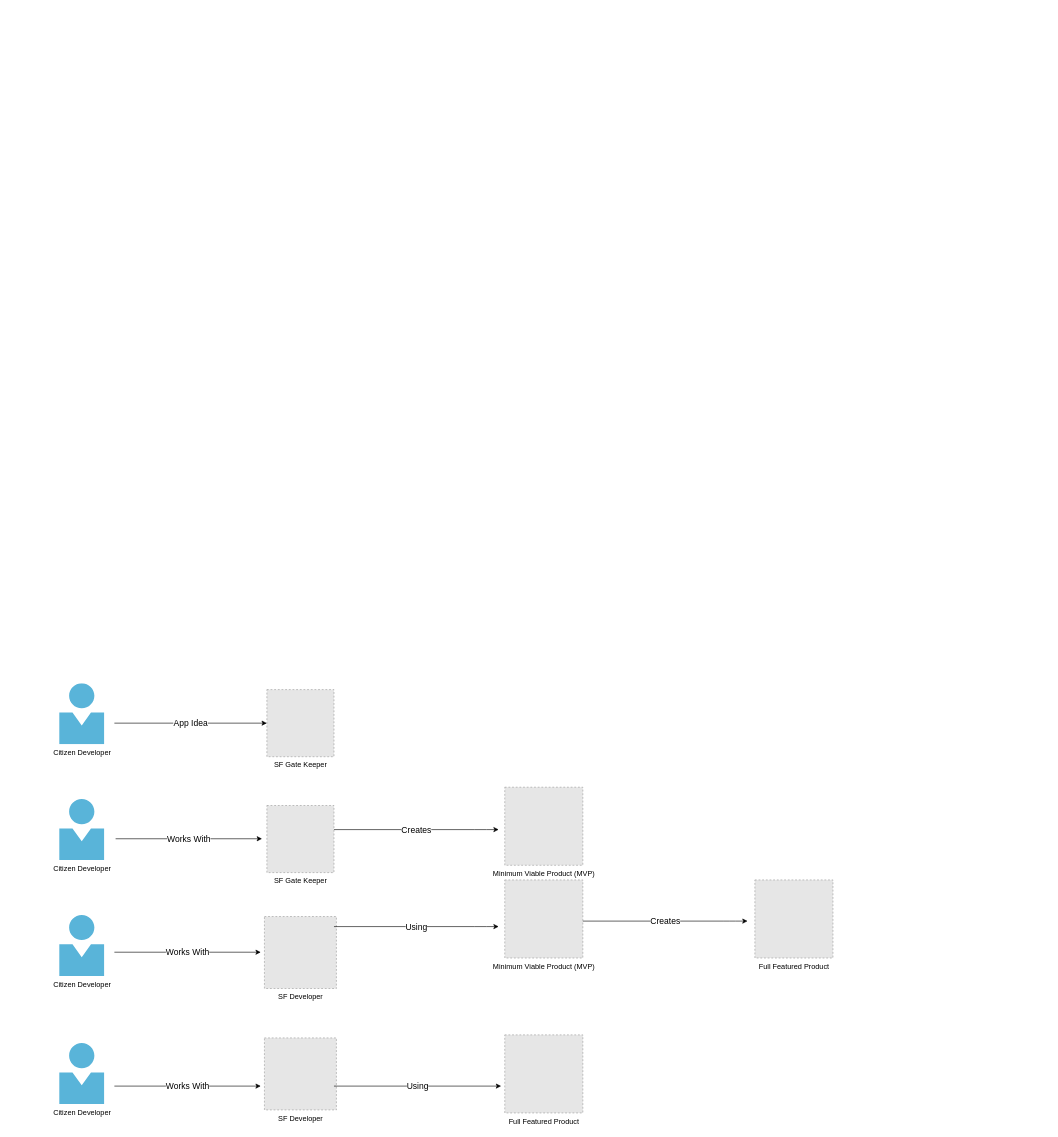
Above: page "Page-1" (1 of 2) of RRDiagrams.drawio in ITM007/ITM007 (draw.io), before the change. Source tidied: cells renumbered, new cells numbered last; positions are measured from the earlier drawing's top-left corner, leaving out a move shared by most shapes. Both pictures are drawn from the tidied source at 61%, with x=0, y=0 at pixel (59, 683). Pictures stored in the file or linked from it are replaced by grey dashed boxes.
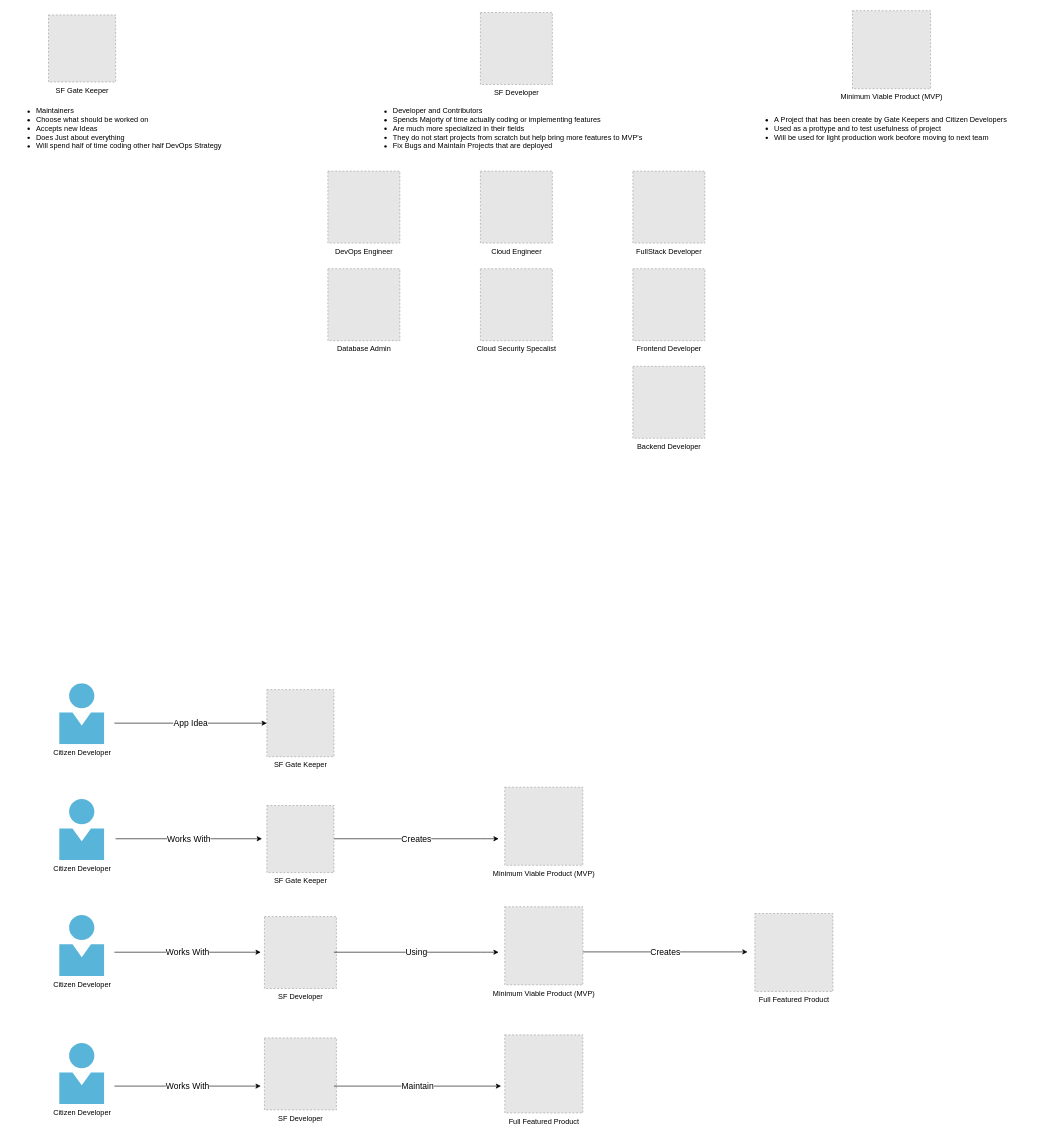
The same diagram, later.

What changed in the source:
```diff
@@
     <mxCell id="6" value="&lt;font style=&quot;font-size: 14px&quot;&gt;Creates&lt;/font&gt;" style="endArrow=classic;html=1;" parent="1" edge="1">
       <mxGeometry relative="1" as="geometry">
-        <mxPoint x="450" y="239.5" as="sourcePoint" />
-        <mxPoint x="720" y="239.5" as="targetPoint" />
+        <mxPoint x="450" y="254.5" as="sourcePoint" />
+        <mxPoint x="720" y="254.5" as="targetPoint" />
         <Array as="points">
-          <mxPoint x="690" y="239.5" />
+          <mxPoint x="690" y="254.5" />
         </Array>
       </mxGeometry>
     </mxCell>
@@
     <mxCell id="12" value="&lt;font style=&quot;font-size: 14px&quot;&gt;Using&lt;/font&gt;" style="endArrow=classic;html=1;" parent="1" edge="1">
       <mxGeometry relative="1" as="geometry">
-        <mxPoint x="450" y="398.5" as="sourcePoint" />
-        <mxPoint x="720" y="398.5" as="targetPoint" />
+        <mxPoint x="450" y="440.5" as="sourcePoint" />
+        <mxPoint x="720" y="440.5" as="targetPoint" />
         <Array as="points">
-          <mxPoint x="690" y="398.5" />
+          <mxPoint x="690" y="440.5" />
         </Array>
       </mxGeometry>
     </mxCell>
     <mxCell id="13" value="Full Featured Product" style="fillColor=#E6E6E6;strokeColor=#999999;dashed=1;html=1;verticalAlign=top;verticalLabelPosition=bottom;labelBackgroundColor=#ffffff;" parent="1" vertex="1">
-      <mxGeometry x="1140" y="322" width="128" height="128" as="geometry" />
+      <mxGeometry x="1140" y="377" width="128" height="128" as="geometry" />
     </mxCell>
@@
     <mxCell id="15" value="Minimum Viable Product (MVP)" style="fillColor=#E6E6E6;strokeColor=#999999;dashed=1;html=1;verticalAlign=top;verticalLabelPosition=bottom;labelBackgroundColor=#ffffff;" parent="1" vertex="1">
-      <mxGeometry x="730" y="322" width="128" height="128" as="geometry" />
+      <mxGeometry x="730" y="366" width="128" height="128" as="geometry" />
     </mxCell>
     <mxCell id="16" value="&lt;font style=&quot;font-size: 14px&quot;&gt;Creates&lt;/font&gt;" style="endArrow=classic;html=1;" parent="1" edge="1">
       <mxGeometry relative="1" as="geometry">
-        <mxPoint x="858" y="389.5" as="sourcePoint" />
-        <mxPoint x="1128" y="389.5" as="targetPoint" />
+        <mxPoint x="858" y="440" as="sourcePoint" />
+        <mxPoint x="1128" y="440" as="targetPoint" />
         <Array as="points">
-          <mxPoint x="1098" y="389.5" />
+          <mxPoint x="1098" y="440" />
         </Array>
       </mxGeometry>
     </mxCell>
@@
-    <mxCell id="21" value="&lt;font style=&quot;font-size: 14px&quot;&gt;Using&lt;/font&gt;" style="endArrow=classic;html=1;" parent="1" edge="1">
+    <mxCell id="21" value="&lt;font style=&quot;font-size: 14px&quot;&gt;Maintain&lt;/font&gt;" style="endArrow=classic;html=1;" parent="1" edge="1">
       <mxGeometry relative="1" as="geometry">
         <mxPoint x="450" y="660" as="sourcePoint" />
         <mxPoint x="724" y="660" as="targetPoint" />
         <Array as="points">
           <mxPoint x="724" y="660" />
         </Array>
       </mxGeometry>
     </mxCell>
+    <mxCell id="22" value="SF Gate Keeper" style="fillColor=#E6E6E6;strokeColor=#999999;dashed=1;html=1;verticalAlign=top;verticalLabelPosition=bottom;labelBackgroundColor=#ffffff;" parent="1" vertex="1">
+      <mxGeometry x="-18" y="-1096" width="110" height="110" as="geometry" />
+    </mxCell>
+    <mxCell id="23" value="SF Developer" style="fillColor=#E6E6E6;strokeColor=#999999;dashed=1;html=1;verticalAlign=top;verticalLabelPosition=bottom;labelBackgroundColor=#ffffff;" parent="1" vertex="1">
+      <mxGeometry x="690" y="-1100" width="118" height="118" as="geometry" />
+    </mxCell>
+    <mxCell id="24" value="Minimum Viable Product (MVP)" style="fillColor=#E6E6E6;strokeColor=#999999;dashed=1;html=1;verticalAlign=top;verticalLabelPosition=bottom;labelBackgroundColor=#ffffff;" parent="1" vertex="1">
+      <mxGeometry x="1300" y="-1103" width="128" height="128" as="geometry" />
+    </mxCell>
+    <mxCell id="25" value="FullStack Developer " style="fillColor=#E6E6E6;strokeColor=#999999;dashed=1;html=1;verticalAlign=top;verticalLabelPosition=bottom;labelBackgroundColor=#ffffff;" parent="1" vertex="1">
+      <mxGeometry x="940" y="-840" width="118" height="118" as="geometry" />
+    </mxCell>
+    <mxCell id="26" value="Cloud Engineer" style="fillColor=#E6E6E6;strokeColor=#999999;dashed=1;html=1;verticalAlign=top;verticalLabelPosition=bottom;labelBackgroundColor=#ffffff;" parent="1" vertex="1">
+      <mxGeometry x="690" y="-840" width="118" height="118" as="geometry" />
+    </mxCell>
+    <mxCell id="27" value="DevOps Engineer" style="fillColor=#E6E6E6;strokeColor=#999999;dashed=1;html=1;verticalAlign=top;verticalLabelPosition=bottom;labelBackgroundColor=#ffffff;" parent="1" vertex="1">
+      <mxGeometry x="440" y="-840" width="118" height="118" as="geometry" />
+    </mxCell>
+    <mxCell id="28" value="&lt;div align=&quot;left&quot;&gt;&lt;ul&gt;&lt;li&gt;&lt;font style=&quot;font-size: 12px&quot;&gt;Maintainers&lt;/font&gt;&lt;/li&gt;&lt;li&gt;&lt;font style=&quot;font-size: 12px&quot;&gt;Choose what should be worked on&lt;/font&gt;&lt;/li&gt;&lt;li&gt;&lt;font style=&quot;font-size: 12px&quot;&gt;Accepts new Ideas&lt;/font&gt;&lt;/li&gt;&lt;li&gt;&lt;font style=&quot;font-size: 12px&quot;&gt;Does Just about everything&lt;/font&gt;&lt;/li&gt;&lt;li&gt;&lt;font style=&quot;font-size: 12px&quot;&gt;Will spend half of time coding other half DevOps Strategy&lt;/font&gt;&lt;/li&gt;&lt;/ul&gt;&lt;/div&gt;" style="text;html=1;align=left;verticalAlign=middle;strokeColor=none;" parent="1" vertex="1">
+      <mxGeometry x="-80" y="-960" width="410" height="100" as="geometry" />
+    </mxCell>
+    <mxCell id="29" value="&lt;div align=&quot;left&quot;&gt;&lt;ul&gt;&lt;li&gt;Developer and Contributors&lt;/li&gt;&lt;li&gt;Spends Majorty of time actually coding or implementing features&lt;/li&gt;&lt;li&gt;Are much more specialized in their fields&lt;/li&gt;&lt;li&gt;They do not start projects from scratch but help bring more features to MVP's&lt;/li&gt;&lt;li&gt;Fix Bugs and Maintain Projects that are deployed&lt;br&gt;&lt;/li&gt;&lt;/ul&gt;&lt;/div&gt;" style="text;html=1;align=left;verticalAlign=middle;strokeColor=none;" parent="1" vertex="1">
+      <mxGeometry x="505" y="-960" width="530" height="100" as="geometry" />
+    </mxCell>
+    <mxCell id="30" value="&lt;ul&gt;&lt;li&gt;A Project that has been create by Gate Keepers and Citizen Developers&lt;/li&gt;&lt;li&gt;Used as a prottype and to test usefulness of project&lt;/li&gt;&lt;li&gt;Will be used for light production work beofore moving to next team&lt;br&gt;&lt;/li&gt;&lt;/ul&gt;" style="text;html=1;align=left;verticalAlign=middle;strokeColor=none;" parent="1" vertex="1">
+      <mxGeometry x="1130" y="-945" width="490" height="70" as="geometry" />
+    </mxCell>
+    <mxCell id="31" value="Cloud Security Specalist" style="fillColor=#E6E6E6;strokeColor=#999999;dashed=1;html=1;verticalAlign=top;verticalLabelPosition=bottom;labelBackgroundColor=#ffffff;" parent="1" vertex="1">
+      <mxGeometry x="690" y="-680" width="118" height="118" as="geometry" />
+    </mxCell>
+    <mxCell id="32" value="Frontend Developer " style="fillColor=#E6E6E6;strokeColor=#999999;dashed=1;html=1;verticalAlign=top;verticalLabelPosition=bottom;labelBackgroundColor=#ffffff;" parent="1" vertex="1">
+      <mxGeometry x="940" y="-680" width="118" height="118" as="geometry" />
+    </mxCell>
+    <mxCell id="33" value="Backend Developer " style="fillColor=#E6E6E6;strokeColor=#999999;dashed=1;html=1;verticalAlign=top;verticalLabelPosition=bottom;labelBackgroundColor=#ffffff;" parent="1" vertex="1">
+      <mxGeometry x="940" y="-520" width="118" height="118" as="geometry" />
+    </mxCell>
+    <mxCell id="34" value="Database Admin" style="fillColor=#E6E6E6;strokeColor=#999999;dashed=1;html=1;verticalAlign=top;verticalLabelPosition=bottom;labelBackgroundColor=#ffffff;" parent="1" vertex="1">
+      <mxGeometry x="440" y="-680" width="118" height="118" as="geometry" />
+    </mxCell>
```
